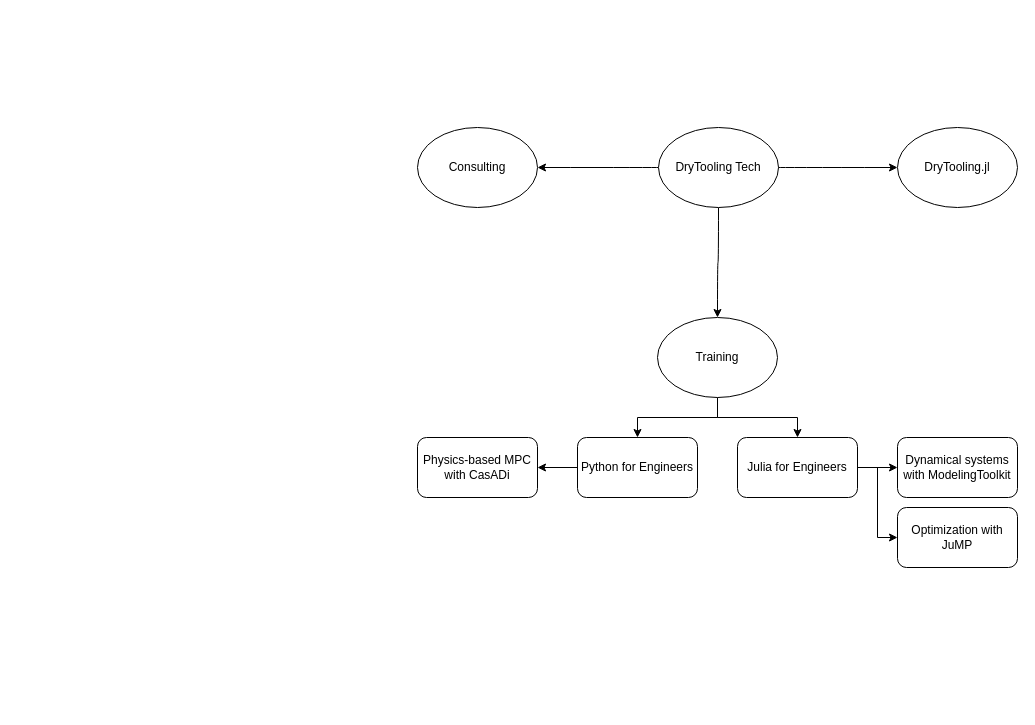
The draw.io diagram drytooling.drawio in wallytutor/mind-maps, before the edit. Source tidied: cells renumbered, new cells numbered last; positions are measured from the earlier drawing's top-left corner, leaving out a move shared by most shapes. Both pictures are drawn from the tidied source at 100%, with x=0, y=0 at pixel (417, 127).
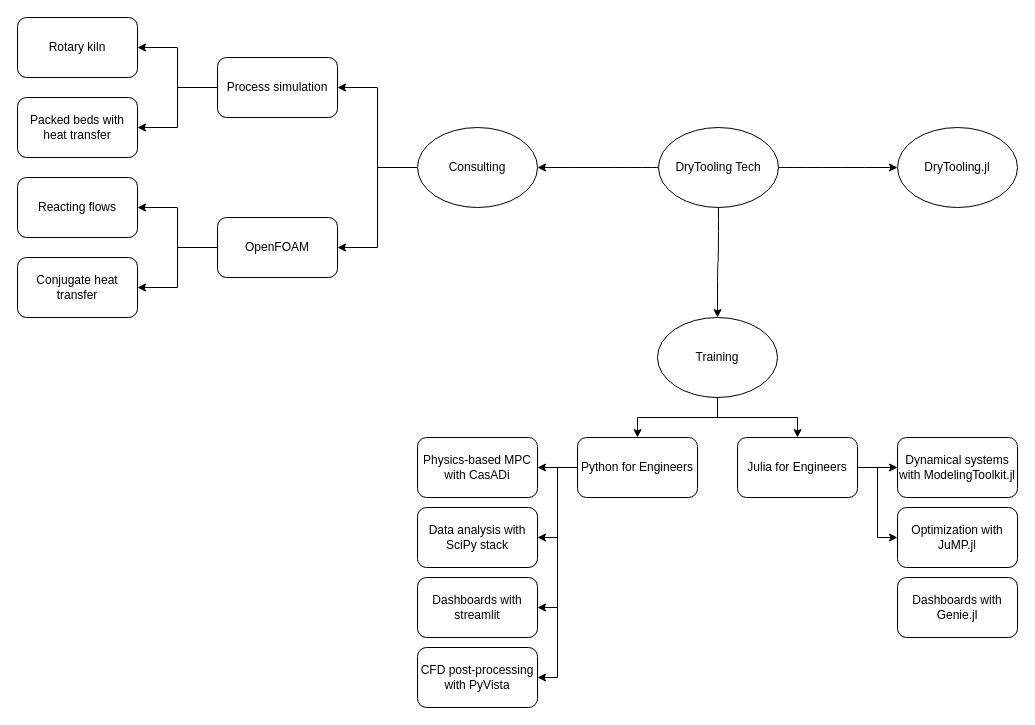
Above is the later version.

The change refers to these unchanged cells:
```xml
<mxCell id="10" value="Consulting" style="ellipse;whiteSpace=wrap;html=1;" parent="1" vertex="1">
  <mxGeometry width="120" height="80" as="geometry" />
</mxCell>
<mxCell id="15" value="Python for Engineers" style="rounded=1;whiteSpace=wrap;html=1;" parent="1" vertex="1">
  <mxGeometry x="160" y="310" width="120" height="60" as="geometry" />
</mxCell>
```

The edit, as a diff of the source:
```diff
@@
+    <mxCell id="19" style="edgeStyle=orthogonalEdgeStyle;rounded=0;jettySize=auto;html=1;entryX=1;entryY=0.5;entryDx=0;entryDy=0;" parent="1" edge="1" source="10" target="30">
+      <mxGeometry relative="1" as="geometry" />
+    </mxCell>
+    <mxCell id="20" style="edgeStyle=orthogonalEdgeStyle;rounded=0;jettySize=auto;html=1;entryX=1;entryY=0.5;entryDx=0;entryDy=0;" parent="1" edge="1" source="10" target="35">
+      <mxGeometry relative="1" as="geometry" />
+    </mxCell>
@@
+    <mxCell id="21" style="edgeStyle=orthogonalEdgeStyle;rounded=0;jettySize=auto;html=1;entryX=1;entryY=0.5;entryDx=0;entryDy=0;" parent="1" edge="1" source="15" target="24">
+      <mxGeometry relative="1" as="geometry" />
+    </mxCell>
+    <mxCell id="22" style="edgeStyle=orthogonalEdgeStyle;rounded=0;jettySize=auto;html=1;entryX=1;entryY=0.5;entryDx=0;entryDy=0;" parent="1" edge="1" source="15" target="25">
+      <mxGeometry relative="1" as="geometry" />
+    </mxCell>
+    <mxCell id="23" style="edgeStyle=orthogonalEdgeStyle;rounded=0;jettySize=auto;html=1;entryX=1;entryY=0.5;entryDx=0;entryDy=0;" parent="1" edge="1" source="15" target="27">
+      <mxGeometry relative="1" as="geometry" />
+    </mxCell>
@@
-    <mxCell id="16" value="Dynamical systems with ModelingToolkit" style="rounded=1;whiteSpace=wrap;html=1;" parent="1" vertex="1">
+    <mxCell id="16" value="Dynamical systems with ModelingToolkit.jl" style="rounded=1;whiteSpace=wrap;html=1;" parent="1" vertex="1">
       <mxGeometry x="480" y="310" width="120" height="60" as="geometry" />
     </mxCell>
-    <mxCell id="17" value="Optimization with JuMP" style="rounded=1;whiteSpace=wrap;html=1;" parent="1" vertex="1">
+    <mxCell id="17" value="Optimization with JuMP.jl" style="rounded=1;whiteSpace=wrap;html=1;" parent="1" vertex="1">
       <mxGeometry x="480" y="380" width="120" height="60" as="geometry" />
     </mxCell>
@@
+    <mxCell id="24" value="Data analysis with SciPy stack" style="rounded=1;whiteSpace=wrap;html=1;" parent="1" vertex="1">
+      <mxGeometry y="380" width="120" height="60" as="geometry" />
+    </mxCell>
+    <mxCell id="25" value="Dashboards with streamlit" style="rounded=1;whiteSpace=wrap;html=1;" parent="1" vertex="1">
+      <mxGeometry y="450" width="120" height="60" as="geometry" />
+    </mxCell>
+    <mxCell id="26" value="Dashboards with Genie.jl" style="rounded=1;whiteSpace=wrap;html=1;" parent="1" vertex="1">
+      <mxGeometry x="480" y="450" width="120" height="60" as="geometry" />
+    </mxCell>
+    <mxCell id="27" value="CFD post-processing with PyVista" style="rounded=1;whiteSpace=wrap;html=1;" parent="1" vertex="1">
+      <mxGeometry y="520" width="120" height="60" as="geometry" />
+    </mxCell>
+    <mxCell id="28" style="edgeStyle=orthogonalEdgeStyle;rounded=0;jettySize=auto;html=1;entryX=1;entryY=0.5;entryDx=0;entryDy=0;" parent="1" edge="1" source="30" target="31">
+      <mxGeometry relative="1" as="geometry" />
+    </mxCell>
+    <mxCell id="29" style="edgeStyle=orthogonalEdgeStyle;rounded=0;jettySize=auto;html=1;entryX=1;entryY=0.5;entryDx=0;entryDy=0;" parent="1" edge="1" source="30" target="32">
+      <mxGeometry relative="1" as="geometry" />
+    </mxCell>
+    <mxCell id="30" value="OpenFOAM" style="rounded=1;whiteSpace=wrap;html=1;" parent="1" vertex="1">
+      <mxGeometry x="-200" y="90" width="120" height="60" as="geometry" />
+    </mxCell>
+    <mxCell id="31" value="Reacting flows" style="rounded=1;whiteSpace=wrap;html=1;" parent="1" vertex="1">
+      <mxGeometry x="-400" y="50" width="120" height="60" as="geometry" />
+    </mxCell>
+    <mxCell id="32" value="Conjugate heat transfer" style="rounded=1;whiteSpace=wrap;html=1;" parent="1" vertex="1">
+      <mxGeometry x="-400" y="130" width="120" height="60" as="geometry" />
+    </mxCell>
+    <mxCell id="33" style="edgeStyle=orthogonalEdgeStyle;rounded=0;jettySize=auto;html=1;entryX=1;entryY=0.5;entryDx=0;entryDy=0;" parent="1" edge="1" source="35" target="36">
+      <mxGeometry relative="1" as="geometry" />
+    </mxCell>
+    <mxCell id="34" style="edgeStyle=orthogonalEdgeStyle;rounded=0;jettySize=auto;html=1;entryX=1;entryY=0.5;entryDx=0;entryDy=0;" parent="1" edge="1" source="35" target="37">
+      <mxGeometry relative="1" as="geometry" />
+    </mxCell>
+    <mxCell id="35" value="Process simulation" style="rounded=1;whiteSpace=wrap;html=1;" parent="1" vertex="1">
+      <mxGeometry x="-200" y="-70" width="120" height="60" as="geometry" />
+    </mxCell>
+    <mxCell id="36" value="Rotary kiln" style="rounded=1;whiteSpace=wrap;html=1;" parent="1" vertex="1">
+      <mxGeometry x="-400" y="-110" width="120" height="60" as="geometry" />
+    </mxCell>
+    <mxCell id="37" value="Packed beds with heat transfer" style="rounded=1;whiteSpace=wrap;html=1;" parent="1" vertex="1">
+      <mxGeometry x="-400" y="-30" width="120" height="60" as="geometry" />
+    </mxCell>
```
